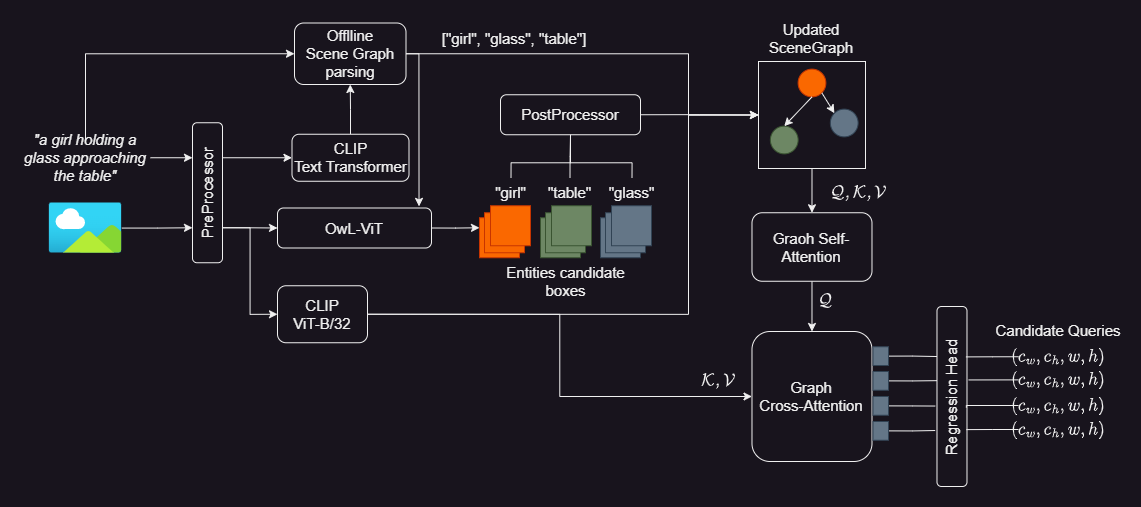
Above: docs/img/sgg.png in halixness/visgator (draw.io), before the change. Source tidied: cells renumbered, new cells last; positions are measured from the earlier drawing's top-left corner, leaving out a move shared by most shapes.
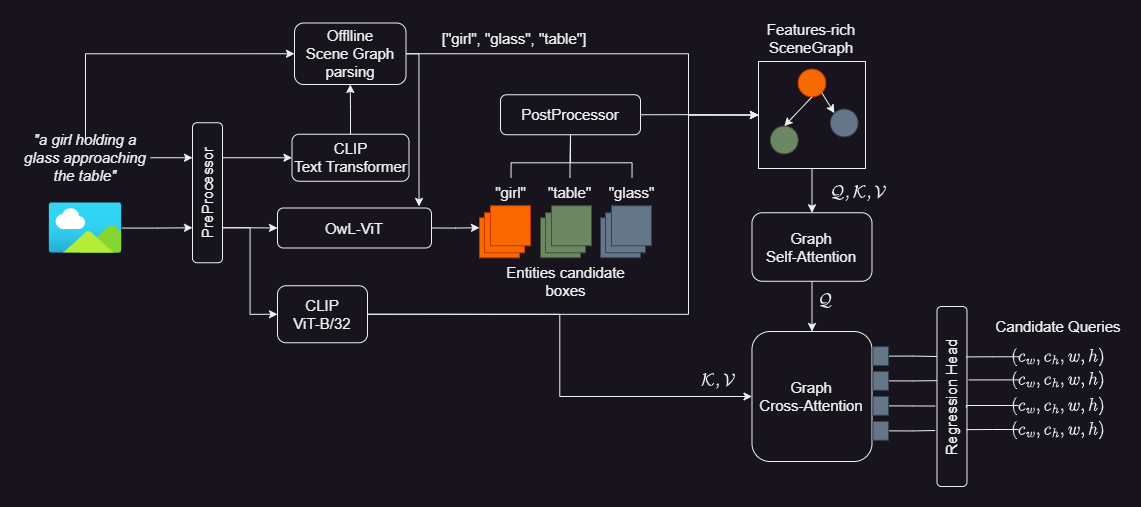
After the commit.

Change to the diagram source:
```diff
@@ -161,13 +161,13 @@
     <mxCell id="46" style="endArrow=classic;html=1;rounded=0;entryX=0.5;entryY=0;entryDx=0;entryDy=0;exitX=0.5;exitY=1;exitDx=0;exitDy=0;fontSize=15;" parent="1" edge="1" source="43" target="44">
       <mxGeometry relative="1" as="geometry" />
     </mxCell>
-    <mxCell id="47" value="Updated SceneGraph" style="text;html=1;strokeColor=none;fillColor=none;align=center;verticalAlign=middle;whiteSpace=wrap;rounded=0;fontSize=15;" parent="1" vertex="1">
+    <mxCell id="47" value="Features-rich&lt;br&gt;SceneGraph" style="text;html=1;strokeColor=none;fillColor=none;align=center;verticalAlign=middle;whiteSpace=wrap;rounded=0;fontSize=15;" parent="1" vertex="1">
       <mxGeometry x="741.5" y="-0.5" width="100" height="30" as="geometry" />
     </mxCell>
     <mxCell id="48" style="edgeStyle=orthogonalEdgeStyle;rounded=0;jettySize=auto;html=1;exitX=0.5;exitY=1;exitDx=0;exitDy=0;entryX=0.5;entryY=0;entryDx=0;entryDy=0;fontSize=15;" parent="1" edge="1" source="49" target="50">
       <mxGeometry relative="1" as="geometry" />
     </mxCell>
-    <mxCell id="49" value="Graoh Self-Attention" style="rounded=1;whiteSpace=wrap;html=1;fontSize=15;" parent="1" vertex="1">
+    <mxCell id="49" value="Graph &lt;br&gt;Self-Attention" style="rounded=1;whiteSpace=wrap;html=1;fontSize=15;" parent="1" vertex="1">
       <mxGeometry x="731.5" y="189.2" width="120" height="68.5" as="geometry" />
     </mxCell>
     <mxCell id="50" value="Graph &lt;br style=&quot;font-size: 15px;&quot;&gt;Cross-Attention" style="rounded=1;whiteSpace=wrap;html=1;fontSize=15;" parent="1" vertex="1">
@@ -183,7 +183,7 @@
       <mxGeometry x="797.6" y="154.2" width="80" height="30" as="geometry" />
     </mxCell>
     <mxCell id="54" value="Candidate&amp;nbsp;Queries" style="text;html=1;strokeColor=none;fillColor=none;align=center;verticalAlign=middle;whiteSpace=wrap;rounded=0;fontSize=15;" parent="1" vertex="1">
-      <mxGeometry x="983" y="292.2" width="110" height="30" as="geometry" />
+      <mxGeometry x="983" y="288.2" width="110" height="30" as="geometry" />
     </mxCell>
     <mxCell id="55" style="edgeStyle=orthogonalEdgeStyle;rounded=0;jettySize=auto;html=1;exitX=1;exitY=0.5;exitDx=0;exitDy=0;entryX=0.722;entryY=0.023;entryDx=0;entryDy=0;entryPerimeter=0;endArrow=none;endFill=0;fontSize=15;" parent="1" edge="1" source="56" target="63">
       <mxGeometry relative="1" as="geometry" />
```
